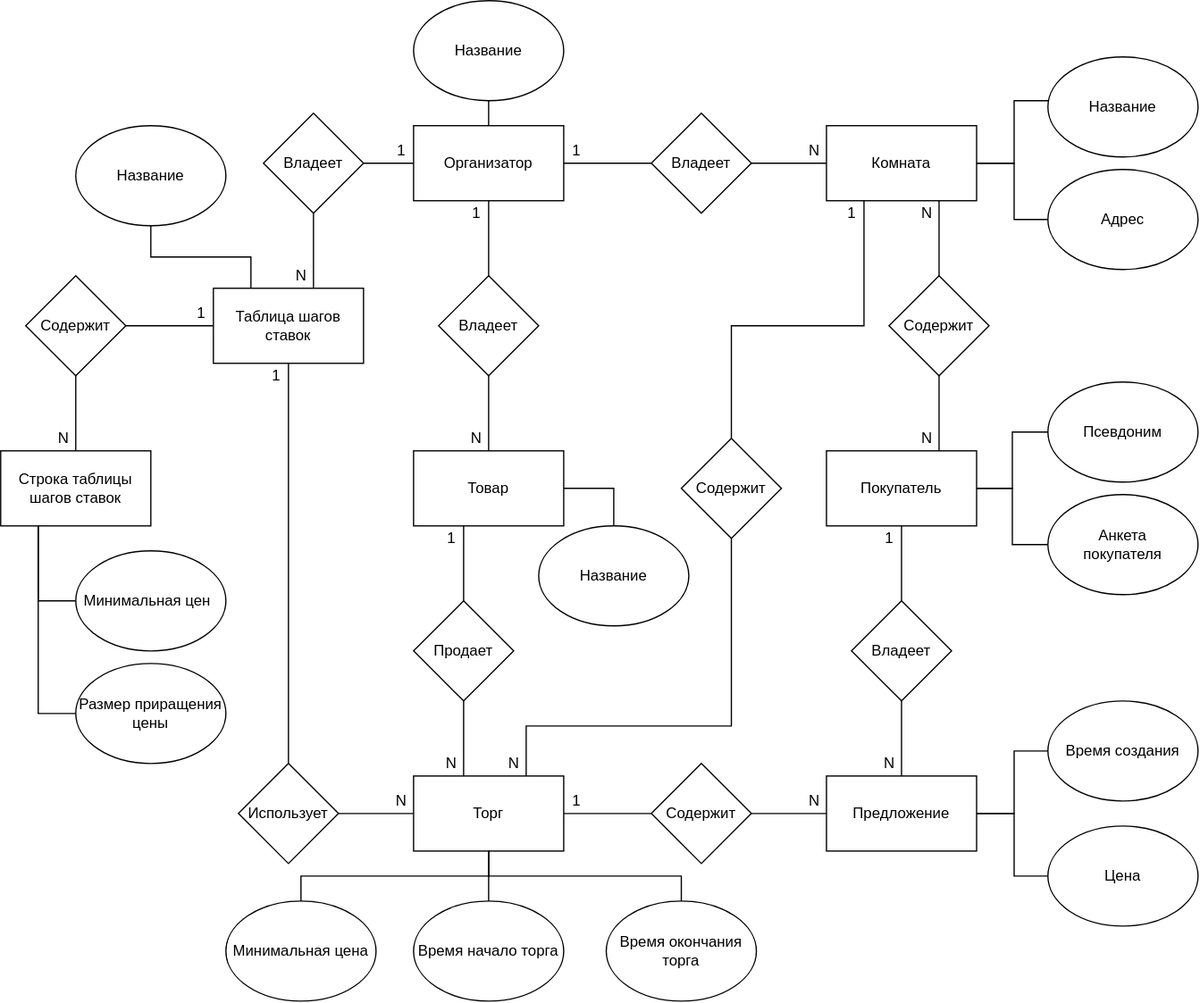
Earlier version of the draw.io export docs/er-system.drawio.svg (maxhha/iu7-2022-sd-labs). Source tidied: cells renumbered, new cells last; positions are measured from the earlier drawing's top-left corner, leaving out a move shared by most shapes.
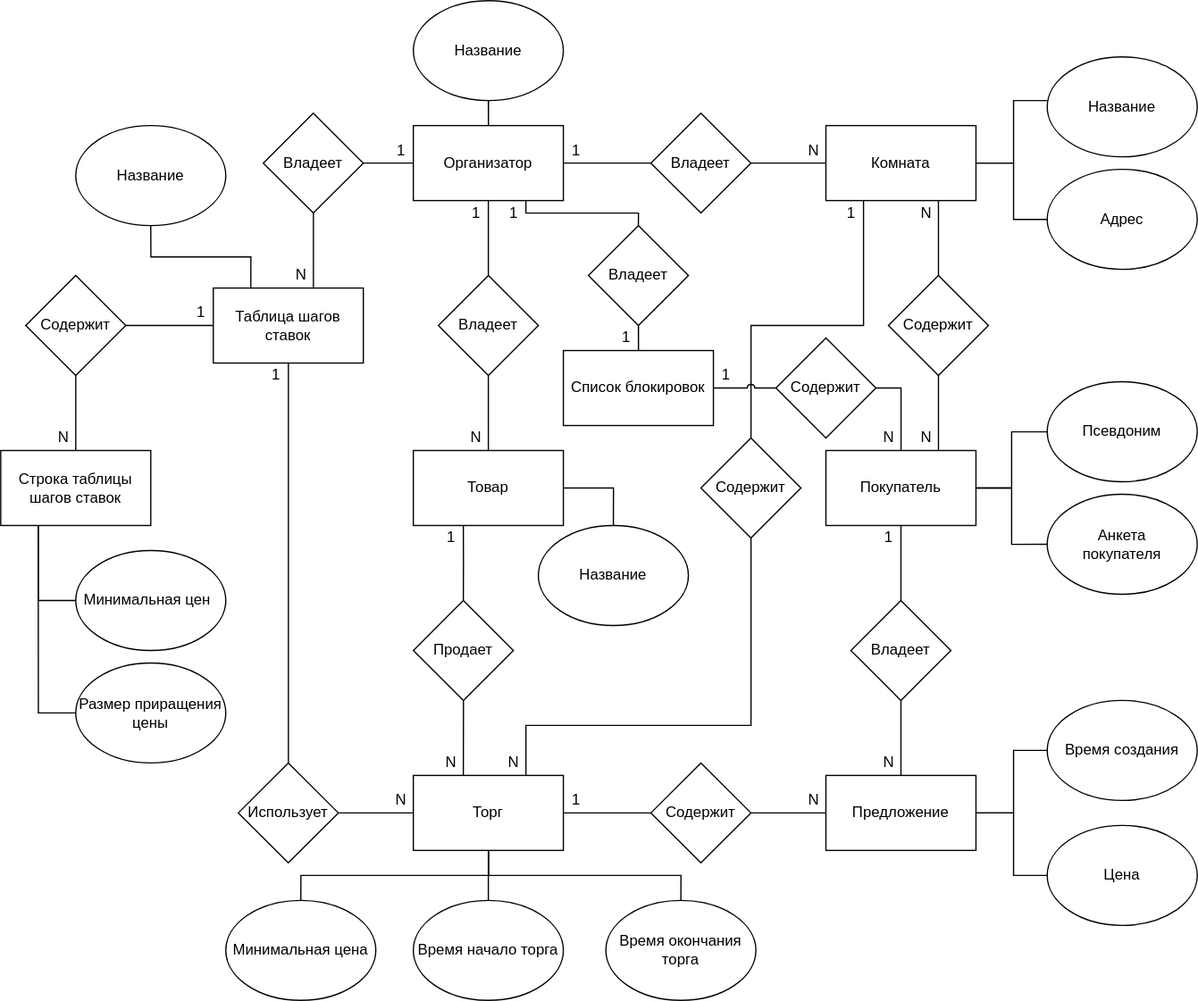
After the commit.

Diff of the diagram source:
```diff
@@ -13,6 +13,14 @@
     <mxCell id="4" style="edgeStyle=orthogonalEdgeStyle;rounded=0;jettySize=auto;html=1;exitX=0;exitY=0.5;exitDx=0;exitDy=0;endArrow=none;endFill=0;" parent="1" edge="1" source="5" target="51">
       <mxGeometry relative="1" as="geometry" />
     </mxCell>
+    <mxCell id="88" style="edgeStyle=orthogonalEdgeStyle;rounded=0;jumpStyle=arc;jettySize=auto;html=1;exitX=0.75;exitY=1;exitDx=0;exitDy=0;entryX=0.5;entryY=0;entryDx=0;entryDy=0;endArrow=none;endFill=0;" parent="1" edge="1" source="5" target="92">
+      <mxGeometry relative="1" as="geometry">
+        <Array as="points">
+          <mxPoint x="420" y="170" />
+          <mxPoint x="510" y="170" />
+        </Array>
+      </mxGeometry>
+    </mxCell>
     <mxCell id="5" value="Организатор" style="rounded=0;whiteSpace=wrap;html=1;" parent="1" vertex="1">
       <mxGeometry x="330" y="100" width="120" height="60" as="geometry" />
     </mxCell>
@@ -135,7 +143,7 @@
       <mxGeometry relative="1" as="geometry">
         <Array as="points">
           <mxPoint x="420" y="580" />
-          <mxPoint x="584" y="580" />
+          <mxPoint x="600" y="580" />
         </Array>
       </mxGeometry>
     </mxCell>
@@ -320,7 +328,7 @@
       </mxGeometry>
     </mxCell>
     <mxCell id="81" value="Содержит" style="rhombus;whiteSpace=wrap;html=1;" parent="1" vertex="1">
-      <mxGeometry x="544" y="350" width="80" height="80" as="geometry" />
+      <mxGeometry x="560" y="350" width="80" height="80" as="geometry" />
     </mxCell>
     <mxCell id="82" value="N" style="text;html=1;align=center;verticalAlign=middle;strokeColor=none;fillColor=none;" parent="1" vertex="1">
       <mxGeometry x="400" y="600" width="20" height="20" as="geometry" />
@@ -340,5 +348,35 @@
     <mxCell id="87" value="Название" style="ellipse;whiteSpace=wrap;html=1;" parent="1" vertex="1">
       <mxGeometry x="60" y="100" width="120" height="80" as="geometry" />
     </mxCell>
+    <mxCell id="89" style="edgeStyle=orthogonalEdgeStyle;rounded=0;jettySize=auto;html=1;exitX=1;exitY=0.5;exitDx=0;exitDy=0;entryX=0;entryY=0.5;entryDx=0;entryDy=0;endArrow=none;endFill=0;jumpStyle=arc;" parent="1" edge="1" source="90" target="94">
+      <mxGeometry relative="1" as="geometry" />
+    </mxCell>
+    <mxCell id="90" value="Список блокировок" style="rounded=0;whiteSpace=wrap;html=1;" parent="1" vertex="1">
+      <mxGeometry x="450" y="280" width="120" height="60" as="geometry" />
+    </mxCell>
+    <mxCell id="91" style="edgeStyle=orthogonalEdgeStyle;rounded=0;jumpStyle=arc;jettySize=auto;html=1;exitX=0.5;exitY=1;exitDx=0;exitDy=0;endArrow=none;endFill=0;" parent="1" edge="1" source="92" target="90">
+      <mxGeometry relative="1" as="geometry" />
+    </mxCell>
+    <mxCell id="92" value="Владеет" style="rhombus;whiteSpace=wrap;html=1;" parent="1" vertex="1">
+      <mxGeometry x="470" y="180" width="80" height="80" as="geometry" />
+    </mxCell>
+    <mxCell id="93" style="edgeStyle=orthogonalEdgeStyle;rounded=0;jumpStyle=arc;jettySize=auto;html=1;exitX=1;exitY=0.5;exitDx=0;exitDy=0;endArrow=none;endFill=0;" parent="1" edge="1" source="94" target="29">
+      <mxGeometry relative="1" as="geometry" />
+    </mxCell>
+    <mxCell id="94" value="Содержит" style="rhombus;whiteSpace=wrap;html=1;" parent="1" vertex="1">
+      <mxGeometry x="620" y="270" width="80" height="80" as="geometry" />
+    </mxCell>
+    <mxCell id="95" value="N" style="text;html=1;align=center;verticalAlign=middle;strokeColor=none;fillColor=none;" parent="1" vertex="1">
+      <mxGeometry x="700" y="340" width="20" height="20" as="geometry" />
+    </mxCell>
+    <mxCell id="96" value="1" style="text;html=1;align=center;verticalAlign=middle;strokeColor=none;fillColor=none;" parent="1" vertex="1">
+      <mxGeometry x="570" y="290" width="20" height="20" as="geometry" />
+    </mxCell>
+    <mxCell id="97" value="1" style="text;html=1;align=center;verticalAlign=middle;strokeColor=none;fillColor=none;" parent="1" vertex="1">
+      <mxGeometry x="400" y="160" width="20" height="20" as="geometry" />
+    </mxCell>
+    <mxCell id="98" value="1" style="text;html=1;align=center;verticalAlign=middle;strokeColor=none;fillColor=none;" parent="1" vertex="1">
+      <mxGeometry x="490" y="260" width="20" height="20" as="geometry" />
+    </mxCell>
   </root>
 </mxGraphModel>
```
